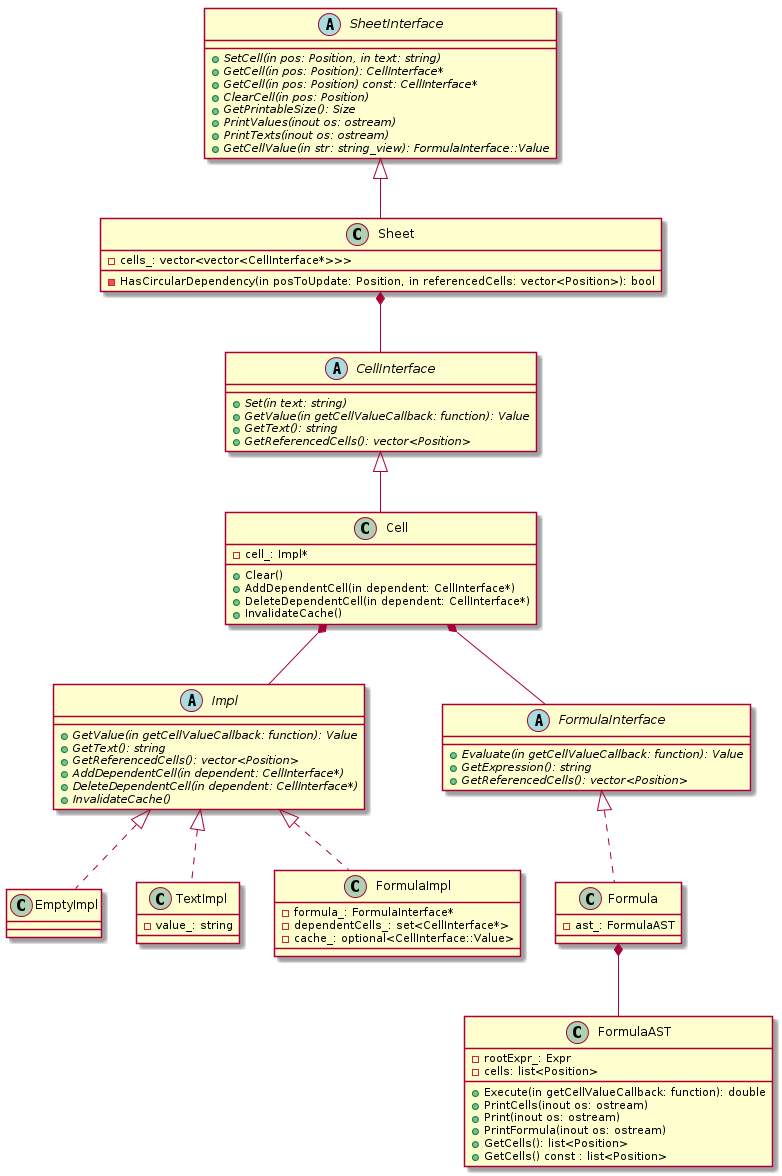
The PlantUML diagram uml/png/table.png in kazarynau/YandexPraktikumFinal, before a commit.
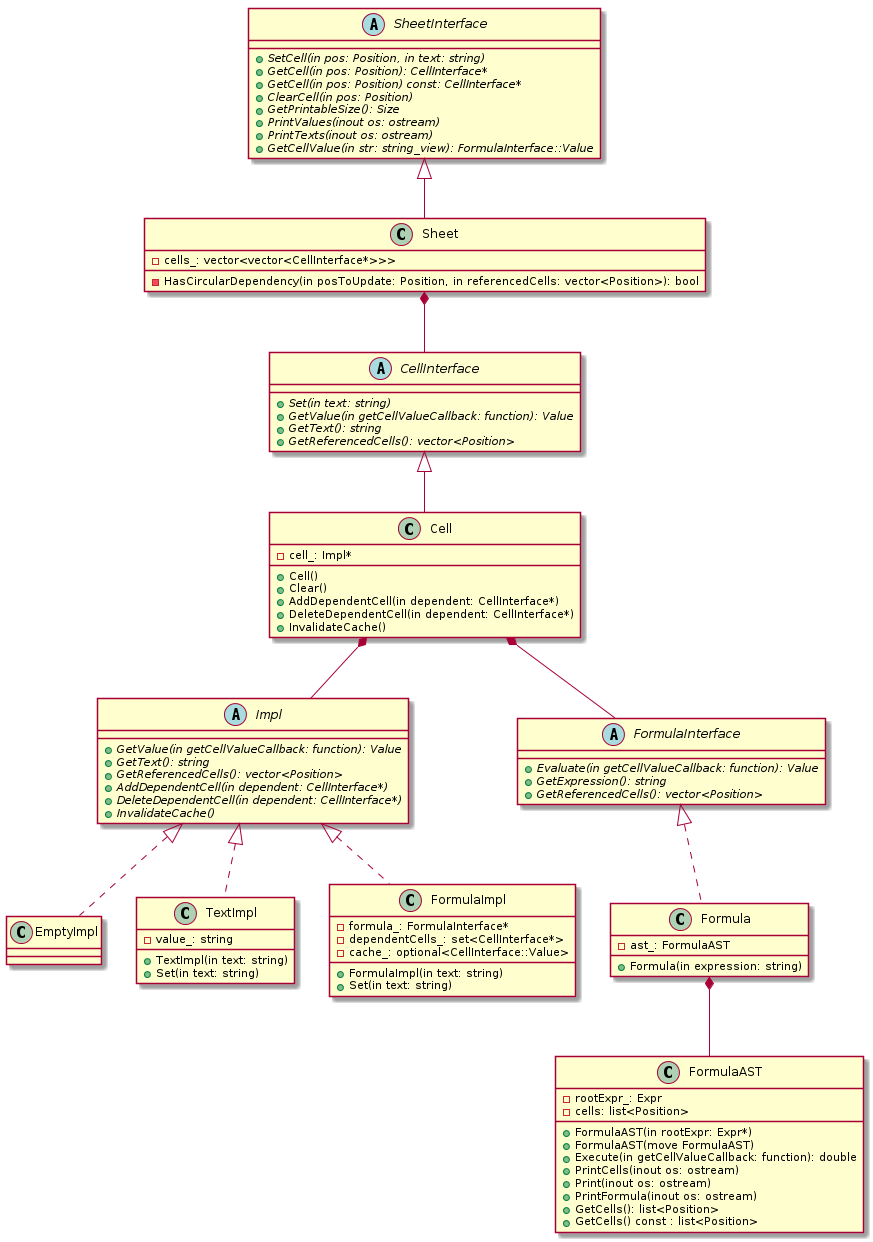
The same diagram one commit later.

The edit, as a diff of the source:
```diff
@@ -14,10 +14,14 @@
 }
 
 class TextImpl {
+    +TextImpl(in text: string)
+    +Set(in text: string)
     -value_: string
 }
 
 class FormulaImpl {
+    +FormulaImpl(in text: string)
+    +Set(in text: string)
     -formula_: FormulaInterface*
     -dependentCells_: set<CellInterface*>
     -cache_: optional<CellInterface::Value>
@@ -36,6 +40,7 @@
 }
 
 class Cell {
+    +Cell()
     +Clear()
     +AddDependentCell(in dependent: CellInterface*)
     +DeleteDependentCell(in dependent: CellInterface*)
@@ -75,17 +80,20 @@
 }
 
 class BinaryOpExpr {
+    +BinaryOpExpr(in type: opType, in lhs: Expr*, in rhs: Expr*)
     -opType_: BinaryOpExpr::Type
     -lhs_: Expr*
     -rhs_: Expr*
 }
 
 class UnaryOpExpr {
+    +UnaryOpExpr(in type: opType, in operand: Expr*)
     -opType_: UnaryOpExpr::Type
     -operand_: Expr*
 }
 
 class NumberExpr {
+    +NumberExpr(in value: double)
     -value_: double
 }
 
@@ -95,6 +103,8 @@
 
 
 class FormulaAST {
+    +FormulaAST(in rootExpr: Expr*)
+    +FormulaAST(move FormulaAST)
     +Execute(in getCellValueCallback: function): double
     +PrintCells(inout os: ostream)
     +Print(inout os: ostream)
@@ -115,6 +125,7 @@
 }
 
 class Formula {
+    +Formula(in expression: string)
     -ast_: FormulaAST
 }
 
```
